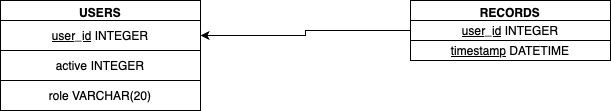
The draw.io diagram Project1.drawio.png in TylerPrice7/SunLab, before a commit. Source tidied: cells renumbered, new cells last; positions are measured from the earlier drawing's top-left corner, leaving out a move shared by most shapes. Source of this version:
```xml
<mxGraphModel>
  <root>
    <mxCell id="0" />
    <mxCell id="1" parent="0" />
    <mxCell id="2" value="USERS" style="swimlane;whiteSpace=wrap;html=1;" parent="1" vertex="1">
      <mxGeometry width="200" height="110" as="geometry" />
    </mxCell>
    <mxCell id="3" value="active INTEGER" style="rounded=0;whiteSpace=wrap;html=1;" parent="2" vertex="1">
      <mxGeometry y="50" width="200" height="30" as="geometry" />
    </mxCell>
    <mxCell id="4" value="role VARCHAR(20)" style="rounded=0;whiteSpace=wrap;html=1;" parent="2" vertex="1">
      <mxGeometry y="80" width="200" height="30" as="geometry" />
    </mxCell>
    <mxCell id="5" style="edgeStyle=orthogonalEdgeStyle;rounded=0;jettySize=auto;html=1;exitX=0;exitY=0.5;exitDx=0;exitDy=0;entryX=1;entryY=0.5;entryDx=0;entryDy=0;" parent="1" edge="1" source="6" target="9">
      <mxGeometry relative="1" as="geometry" />
    </mxCell>
    <mxCell id="6" value="RECORDS" style="swimlane;whiteSpace=wrap;html=1;" parent="1" vertex="1">
      <mxGeometry x="410" width="200" height="60" as="geometry" />
    </mxCell>
    <mxCell id="7" value="&lt;u&gt;user_id&lt;/u&gt; INTEGER" style="rounded=0;whiteSpace=wrap;html=1;" parent="6" vertex="1">
      <mxGeometry y="20" width="200" height="20" as="geometry" />
    </mxCell>
    <mxCell id="8" value="&lt;u&gt;timestamp&lt;/u&gt; DATETIME" style="rounded=0;whiteSpace=wrap;html=1;" parent="6" vertex="1">
      <mxGeometry y="40" width="200" height="20" as="geometry" />
    </mxCell>
    <mxCell id="9" value="&lt;u&gt;user_id&lt;/u&gt; INTEGER" style="whiteSpace=wrap;html=1;" parent="1" vertex="1">
      <mxGeometry y="20" width="200" height="30" as="geometry" />
    </mxCell>
  </root>
</mxGraphModel>
```
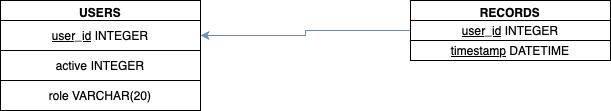
After the commit.

Commit message:
Made the arrow more visible.

Change to the diagram source:
```diff
@@ -11,7 +11,7 @@
     <mxCell id="4" value="role VARCHAR(20)" style="rounded=0;whiteSpace=wrap;html=1;" parent="2" vertex="1">
       <mxGeometry y="80" width="200" height="30" as="geometry" />
     </mxCell>
-    <mxCell id="5" style="edgeStyle=orthogonalEdgeStyle;rounded=0;jettySize=auto;html=1;exitX=0;exitY=0.5;exitDx=0;exitDy=0;entryX=1;entryY=0.5;entryDx=0;entryDy=0;" parent="1" edge="1" source="6" target="9">
+    <mxCell id="5" style="edgeStyle=orthogonalEdgeStyle;rounded=0;jettySize=auto;html=1;exitX=0;exitY=0.5;exitDx=0;exitDy=0;entryX=1;entryY=0.5;entryDx=0;entryDy=0;fillColor=#dae8fc;strokeColor=#6c8ebf;" parent="1" edge="1" source="6" target="9">
       <mxGeometry relative="1" as="geometry" />
     </mxCell>
     <mxCell id="6" value="RECORDS" style="swimlane;whiteSpace=wrap;html=1;" parent="1" vertex="1">
```
